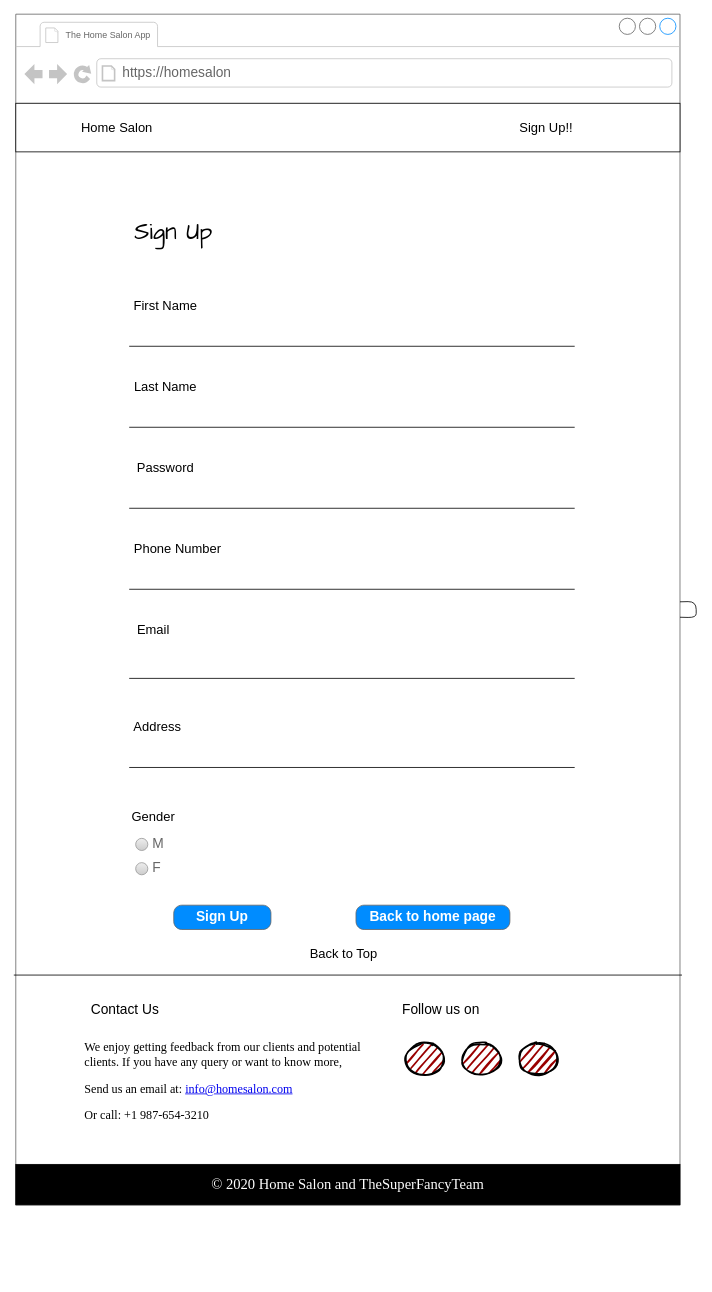
The draw.io diagram doc/wireframes/customer-signup.drawio in pokai-huang0828/cstp1206_home_salon_project, before the edit. Source tidied: cells renumbered, new cells numbered last; positions are measured from the earlier drawing's top-left corner, leaving out a move shared by most shapes. Both pictures are drawn from the tidied source at 81%, with x=0, y=0 at pixel (15, 14).
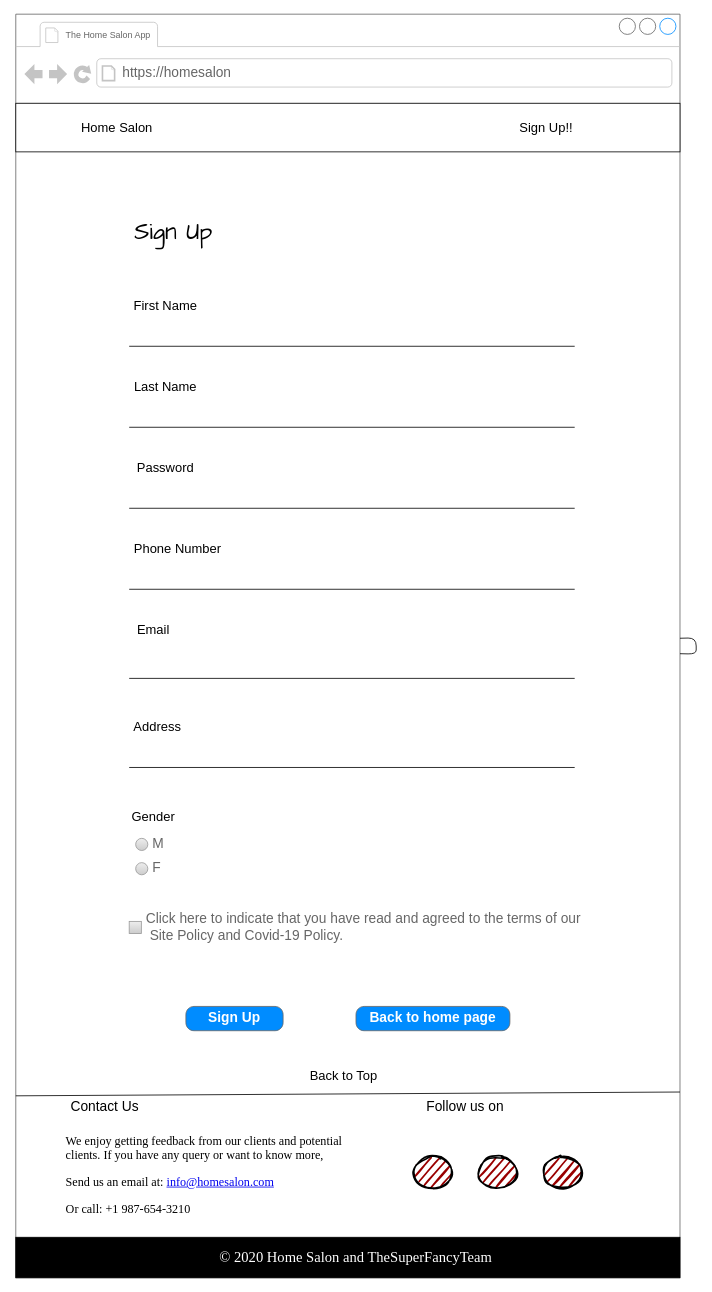
The same diagram, later.

Commit message (it also covers changes not shown here):
Updated customer-signup wireframe

The edit, as a diff of the source:
```diff
@@
     <mxCell id="2" style="strokeWidth=1;shadow=0;dashed=0;align=center;html=1;shape=mxgraph.mockup.containers.browserWindow;rSize=0;strokeColor=#666666;strokeColor2=#008cff;strokeColor3=#c4c4c4;mainText=,;" parent="1" vertex="1">
-      <mxGeometry width="820" height="1470" as="geometry" />
+      <mxGeometry width="820" height="1560" as="geometry" />
     </mxCell>
@@
     <mxCell id="22" value="Sign Up" style="strokeWidth=1;shadow=0;dashed=0;align=center;html=1;shape=mxgraph.mockup.buttons.button;strokeColor=#666666;fontColor=#ffffff;mainText=;buttonStyle=round;fontSize=17;fontStyle=1;fillColor=#008cff;whiteSpace=wrap;" parent="2" vertex="1">
-      <mxGeometry x="195" y="1100" width="120" height="30" as="geometry" />
+      <mxGeometry x="210" y="1225" width="120" height="30" as="geometry" />
     </mxCell>
     <mxCell id="23" value="Back to home page" style="strokeWidth=1;shadow=0;dashed=0;align=center;html=1;shape=mxgraph.mockup.buttons.button;strokeColor=#666666;fontColor=#ffffff;mainText=;buttonStyle=round;fontSize=17;fontStyle=1;fillColor=#008cff;whiteSpace=wrap;" parent="2" vertex="1">
-      <mxGeometry x="420" y="1100" width="190" height="30" as="geometry" />
+      <mxGeometry x="420" y="1225" width="190" height="30" as="geometry" />
     </mxCell>
     <mxCell id="24" value="&lt;font style=&quot;font-size: 16px&quot;&gt;Back to Top&lt;/font&gt;" style="text;html=1;strokeColor=none;fillColor=none;align=center;verticalAlign=middle;whiteSpace=wrap;rounded=0;" parent="2" vertex="1">
-      <mxGeometry x="360" y="1150" width="90" height="20" as="geometry" />
+      <mxGeometry x="360" y="1300" width="90" height="20" as="geometry" />
     </mxCell>
@@
     <mxCell id="26" value="&lt;font style=&quot;font-size: 17px&quot;&gt;Contact Us&lt;/font&gt;" style="text;html=1;strokeColor=none;fillColor=none;align=center;verticalAlign=middle;whiteSpace=wrap;rounded=0;" parent="2" vertex="1">
-      <mxGeometry x="90" y="1220" width="90" height="20" as="geometry" />
+      <mxGeometry x="65" y="1340" width="90" height="20" as="geometry" />
     </mxCell>
     <mxCell id="27" value="&lt;font style=&quot;font-size: 17px&quot;&gt;Follow us on&lt;/font&gt;" style="text;html=1;strokeColor=none;fillColor=none;align=center;verticalAlign=middle;whiteSpace=wrap;rounded=0;" parent="2" vertex="1">
-      <mxGeometry x="470" y="1220" width="110" height="20" as="geometry" />
+      <mxGeometry x="500" y="1340" width="110" height="20" as="geometry" />
     </mxCell>
     <mxCell id="28" style="ellipse;whiteSpace=wrap;html=1;strokeWidth=2;fillWeight=2;hachureGap=8;fillColor=#990000;fillStyle=dots;sketch=1;" parent="2" vertex="1">
-      <mxGeometry x="480" y="1270" width="50" height="40" as="geometry" />
+      <mxGeometry x="490" y="1410" width="50" height="40" as="geometry" />
     </mxCell>
     <mxCell id="29" style="ellipse;whiteSpace=wrap;html=1;strokeWidth=2;fillWeight=2;hachureGap=8;fillColor=#990000;fillStyle=dots;sketch=1;" parent="2" vertex="1">
-      <mxGeometry x="550" y="1270" width="50" height="40" as="geometry" />
+      <mxGeometry x="570" y="1410" width="50" height="40" as="geometry" />
     </mxCell>
     <mxCell id="30" style="ellipse;whiteSpace=wrap;html=1;strokeWidth=2;fillWeight=2;hachureGap=8;fillColor=#990000;fillStyle=dots;sketch=1;" parent="2" vertex="1">
-      <mxGeometry x="620" y="1270" width="50" height="40" as="geometry" />
+      <mxGeometry x="650" y="1410" width="50" height="40" as="geometry" />
     </mxCell>
     <mxCell id="31" value="&lt;span style=&quot;font-family: &amp;#34;playfair display&amp;#34; , serif ; background-color: rgb(255 , 255 , 255)&quot;&gt;&lt;font style=&quot;font-size: 15px&quot;&gt;We enjoy getting feedback from our clients and potential clients. If you have any query or want to know more,&lt;/font&gt;&lt;/span&gt;&lt;p class=&quot;white-text text-lighten-4&quot; style=&quot;box-sizing: inherit ; font-family: &amp;#34;playfair display&amp;#34; , serif ; font-size: 15px&quot;&gt;&lt;span style=&quot;background-color: rgb(255 , 255 , 255)&quot;&gt;&lt;font style=&quot;font-size: 15px&quot;&gt;Send us an email at:&amp;nbsp;&lt;a href=&quot;mailto:info@homesalon.com&quot; style=&quot;box-sizing: inherit&quot;&gt;info@homesalon.com&lt;/a&gt;&lt;/font&gt;&lt;/span&gt;&lt;/p&gt;&lt;p class=&quot;white-text text-lighten-4&quot; style=&quot;box-sizing: inherit ; font-family: &amp;#34;playfair display&amp;#34; , serif ; font-size: 15px&quot;&gt;&lt;span style=&quot;background-color: rgb(255 , 255 , 255)&quot;&gt;&lt;font style=&quot;font-size: 15px&quot;&gt;Or call: +1 987-654-3210&lt;/font&gt;&lt;/span&gt;&lt;/p&gt;" style="text;html=1;strokeColor=none;fillColor=none;align=left;verticalAlign=middle;whiteSpace=wrap;rounded=0;labelBackgroundColor=none;fontColor=#000000;" parent="2" vertex="1">
-      <mxGeometry x="82.5" y="1240" width="345" height="170" as="geometry" />
+      <mxGeometry x="60" y="1355" width="345" height="170" as="geometry" />
     </mxCell>
     <mxCell id="32" style="rounded=0;whiteSpace=wrap;html=1;labelBackgroundColor=none;fontColor=#000000;fillColor=#000000;" parent="2" vertex="1">
-      <mxGeometry y="1420" width="820" height="50" as="geometry" />
+      <mxGeometry y="1510" width="820" height="50" as="geometry" />
     </mxCell>
     <mxCell id="33" value="&lt;span style=&quot;color: rgb(255 , 255 , 255) ; font-family: &amp;#34;playfair display&amp;#34; , serif ; background-color: rgb(0 , 0 , 0)&quot;&gt;&lt;font style=&quot;font-size: 18px&quot;&gt;© 2020 Home Salon and TheSuperFancyTeam&lt;/font&gt;&lt;/span&gt;" style="text;html=1;strokeColor=none;fillColor=none;align=center;verticalAlign=middle;whiteSpace=wrap;rounded=0;labelBackgroundColor=none;fontColor=#000000;" parent="2" vertex="1">
-      <mxGeometry x="80" y="1435" width="660" height="20" as="geometry" />
+      <mxGeometry x="90" y="1525" width="660" height="20" as="geometry" />
     </mxCell>
@@
+    <mxCell id="38" value="Click here to indicate that you have read and agreed to the terms of our &lt;br&gt;&amp;nbsp;Site Policy and Covid-19 Policy." style="strokeWidth=1;shadow=0;dashed=0;align=center;html=1;shape=mxgraph.mockup.forms.rrect;rSize=0;fillColor=#eeeeee;strokeColor=#999999;gradientColor=#cccccc;align=left;spacingLeft=4;fontSize=17;fontColor=#666666;labelPosition=right;" parent="2" vertex="1">
+      <mxGeometry x="140" y="1120" width="15" height="15" as="geometry" />
+    </mxCell>
@@
-    <mxCell id="37" style="endArrow=none;html=1;fontColor=#000000;exitX=-0.003;exitY=0.807;exitDx=0;exitDy=0;exitPerimeter=0;entryX=1.003;entryY=0.807;entryDx=0;entryDy=0;entryPerimeter=0;" parent="1" edge="1" source="2" target="2">
+    <mxCell id="37" style="endArrow=none;html=1;fontColor=#000000;exitX=0;exitY=0.856;exitDx=0;exitDy=0;exitPerimeter=0;entryX=1;entryY=0.853;entryDx=0;entryDy=0;entryPerimeter=0;" parent="1" edge="1" source="2" target="2">
       <mxGeometry relative="1" as="geometry" />
     </mxCell>
```
